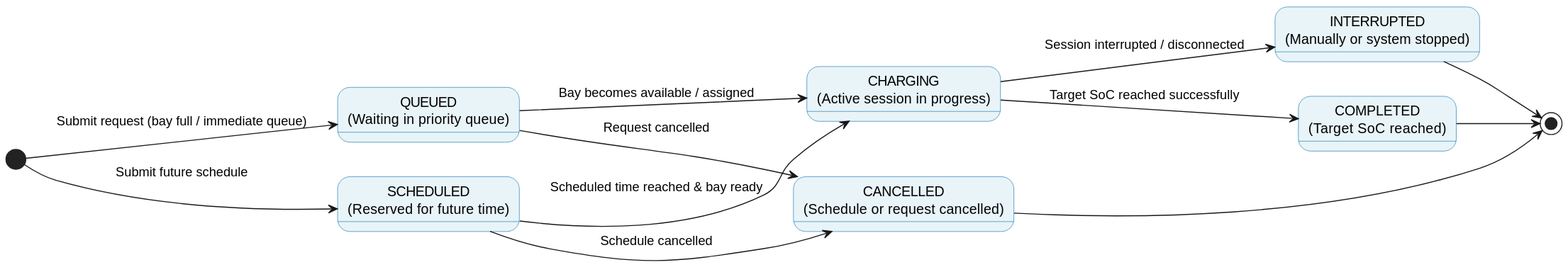
The PlantUML diagram docs/design/behavioral/charging-diagrams/charging-session-state-machine.svg in MabC06/smart-e-mobility-hub, before a commit.
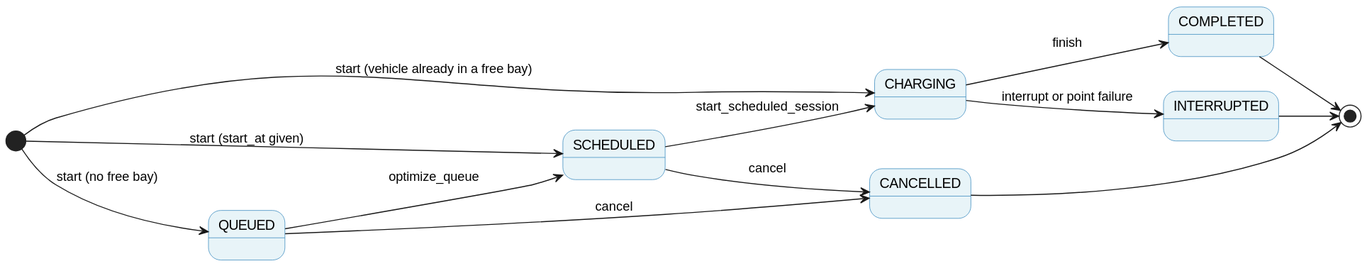
After the change.

Commit message:
doc(charging): fix the charging-session-state-machine.md and diagram

The edit, as a diff of the source:
```diff
@@ -5,24 +5,23 @@
     BorderColor #2980B9
 }
 
-[*] --> QUEUED : Submit request (bay full / immediate queue)
-[*] --> SCHEDULED : Submit future schedule
+[*] --> CHARGING : start (vehicle already in a free bay)
+[*] --> SCHEDULED : start (start_at given)
+[*] --> QUEUED : start (no free bay)
 
-state QUEUED as "QUEUED\n(Waiting in priority queue)"
-state SCHEDULED as "SCHEDULED\n(Reserved for future time)"
-state CHARGING as "CHARGING\n(Active session in progress)"
-state COMPLETED as "COMPLETED\n(Target SoC reached)"
-state INTERRUPTED as "INTERRUPTED\n(Manually or system stopped)"
-state CANCELLED as "CANCELLED\n(Schedule or request cancelled)"
+state QUEUED as "QUEUED"
+state SCHEDULED as "SCHEDULED"
+state CHARGING as "CHARGING"
+state COMPLETED as "COMPLETED"
+state INTERRUPTED as "INTERRUPTED"
+state CANCELLED as "CANCELLED"
 
-QUEUED --> CHARGING : Bay becomes available / assigned
-QUEUED --> CANCELLED : Request cancelled
-
-SCHEDULED --> CHARGING : Scheduled time reached & bay ready
-SCHEDULED --> CANCELLED : Schedule cancelled
-
-CHARGING --> COMPLETED : Target SoC reached successfully
-CHARGING --> INTERRUPTED : Session interrupted / disconnected
+QUEUED --> SCHEDULED : optimize_queue
+QUEUED --> CANCELLED : cancel
+SCHEDULED --> CANCELLED : cancel
+SCHEDULED --> CHARGING : start_scheduled_session
+CHARGING --> COMPLETED : finish
+CHARGING --> INTERRUPTED : interrupt or point failure
 
 COMPLETED --> [*]
 INTERRUPTED --> [*]
```
